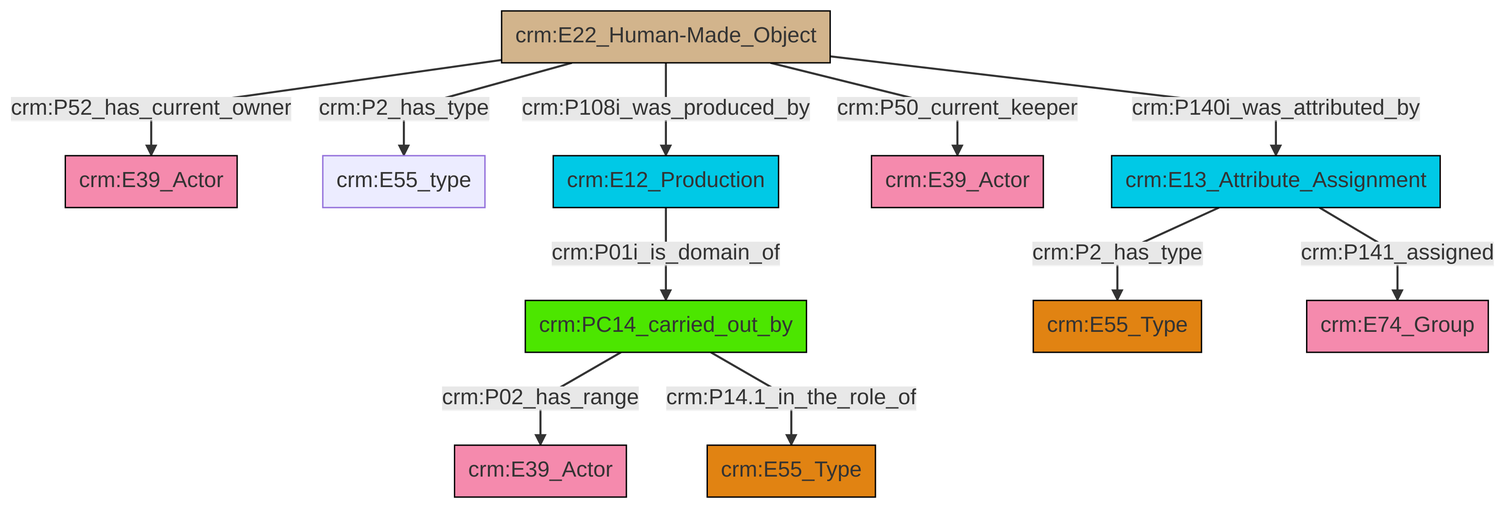
Above: et/artworkCSV/ttl/mmd/png/Artwork_Actor_Relations.png in swiss-art-research-net/reference-data-models (Mermaid), before the change. Its source is kept beside it as et/artworkCSV/ttl/mmd/Artwork_Actor_Relations.ttl.mmd.
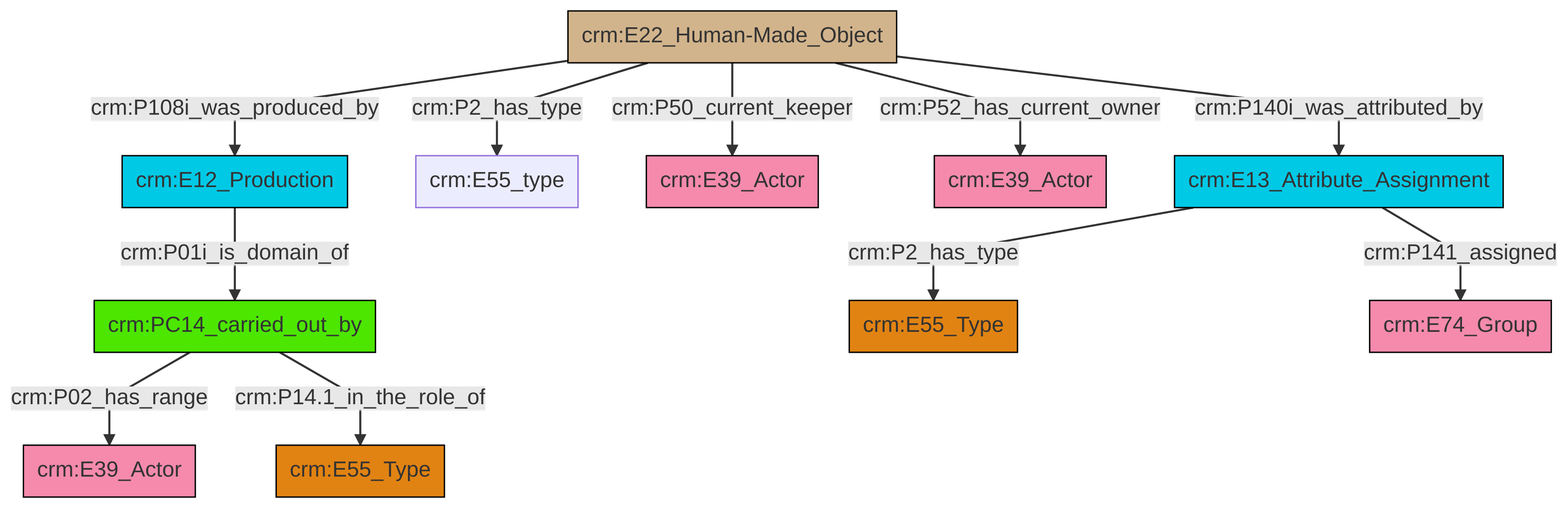
Above is the later version.

Diff of the diagram source:
```diff
@@ -13,13 +13,13 @@
 classDef PC_Classes fill:#4ce600, stroke:#000000;
 classDef Multi fill:#cccccc,stroke:#000000;
 
-2["crm:E13_Attribute_Assignment"]:::Temporal_Entity -->|crm:P2_has_type| 3["crm:E55_Type"]:::Type
-4["crm:PC14_carried_out_by"]:::PC_Classes -->|crm:P02_has_range| 5["crm:E39_Actor"]:::Actor
-0["crm:E22_Human-Made_Object"]:::Physical_Thing -->|crm:P52_has_current_owner| 6["crm:E39_Actor"]:::Actor
-2["crm:E13_Attribute_Assignment"]:::Temporal_Entity -->|crm:P141_assigned| 9["crm:E74_Group"]:::Actor
-4["crm:PC14_carried_out_by"]:::PC_Classes -->|crm:P14.1_in_the_role_of| 10["crm:E55_Type"]:::Type
-0["crm:E22_Human-Made_Object"]:::Physical_Thing -->|crm:P2_has_type| 7["crm:E55_type"]:::Default
-0["crm:E22_Human-Made_Object"]:::Physical_Thing -->|crm:P108i_was_produced_by| 11["crm:E12_Production"]:::Temporal_Entity
-0["crm:E22_Human-Made_Object"]:::Physical_Thing -->|crm:P50_current_keeper| 13["crm:E39_Actor"]:::Actor
-11["crm:E12_Production"]:::Temporal_Entity -->|crm:P01i_is_domain_of| 4["crm:PC14_carried_out_by"]:::PC_Classes
-0["crm:E22_Human-Made_Object"]:::Physical_Thing -->|crm:P140i_was_attributed_by| 2["crm:E13_Attribute_Assignment"]:::Temporal_Entity
+2["crm:E22_Human-Made_Object"]:::Physical_Thing -->|crm:P108i_was_produced_by| 3["crm:E12_Production"]:::Temporal_Entity
+2["crm:E22_Human-Made_Object"]:::Physical_Thing -->|crm:P2_has_type| 4["crm:E55_type"]:::Default
+2["crm:E22_Human-Made_Object"]:::Physical_Thing -->|crm:P50_current_keeper| 6["crm:E39_Actor"]:::Actor
+7["crm:E13_Attribute_Assignment"]:::Temporal_Entity -->|crm:P2_has_type| 8["crm:E55_Type"]:::Type
+2["crm:E22_Human-Made_Object"]:::Physical_Thing -->|crm:P52_has_current_owner| 13["crm:E39_Actor"]:::Actor
+2["crm:E22_Human-Made_Object"]:::Physical_Thing -->|crm:P140i_was_attributed_by| 7["crm:E13_Attribute_Assignment"]:::Temporal_Entity
+3["crm:E12_Production"]:::Temporal_Entity -->|crm:P01i_is_domain_of| 9["crm:PC14_carried_out_by"]:::PC_Classes
+9["crm:PC14_carried_out_by"]:::PC_Classes -->|crm:P02_has_range| 17["crm:E39_Actor"]:::Actor
+7["crm:E13_Attribute_Assignment"]:::Temporal_Entity -->|crm:P141_assigned| 11["crm:E74_Group"]:::Actor
+9["crm:PC14_carried_out_by"]:::PC_Classes -->|crm:P14.1_in_the_role_of| 0["crm:E55_Type"]:::Type
```
